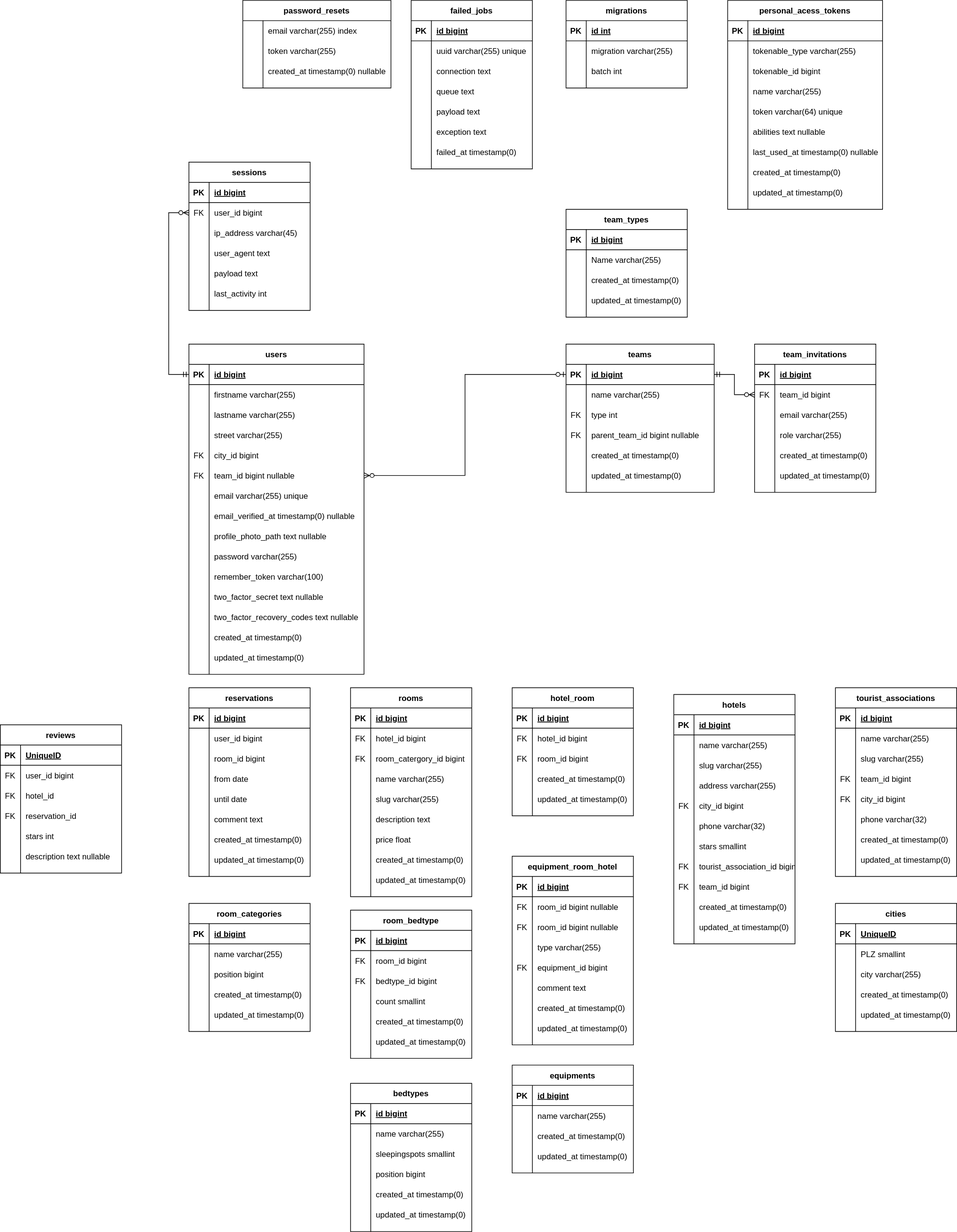
Before: docs/ERM-Patrick.svg, a diagram exported from draw.io (PatrickRoethlisberger/ZimmerMonster). Source tidied: cells renumbered, new cells last; positions are measured from the earlier drawing's top-left corner, leaving out a move shared by most shapes.
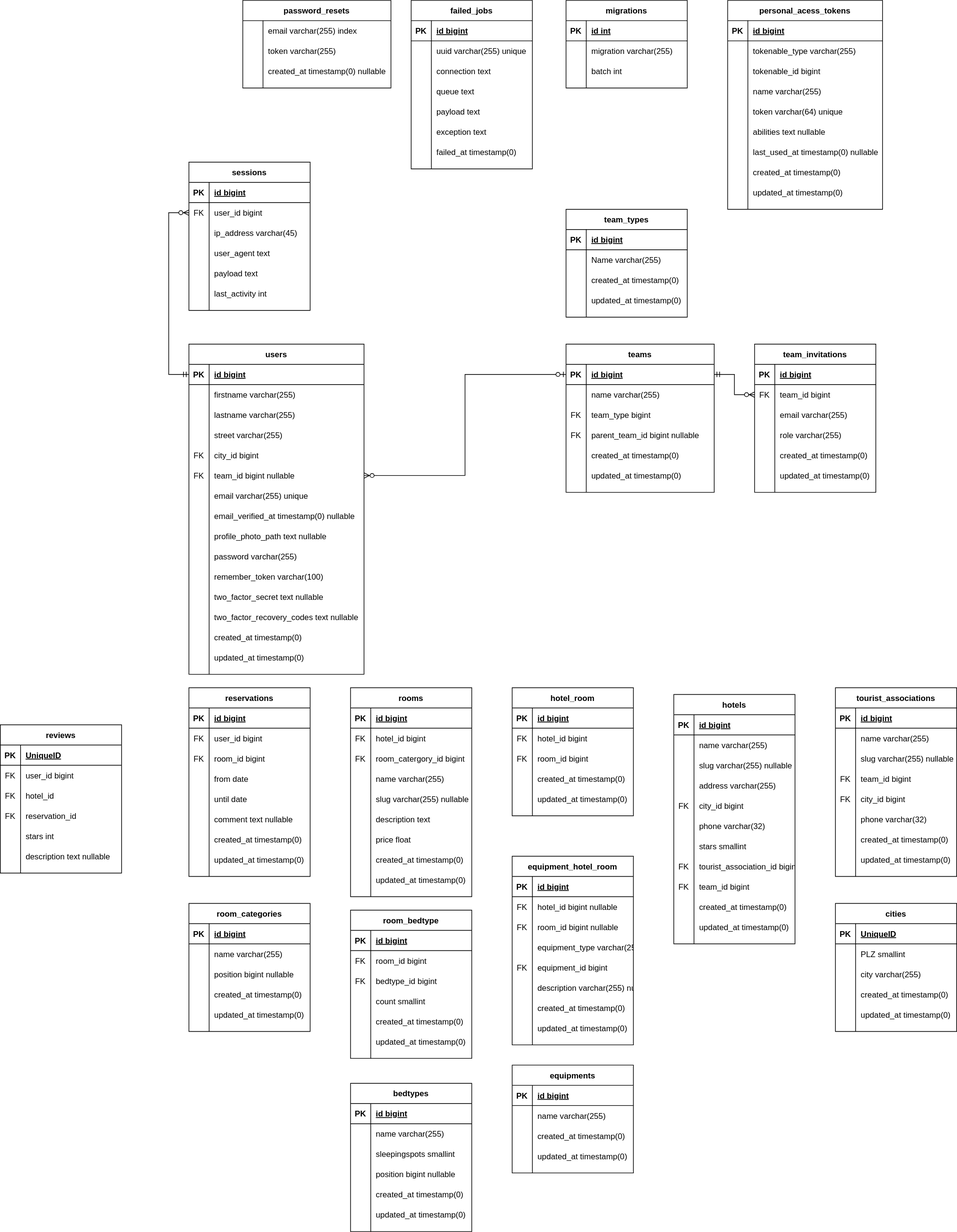
Later version of the same file.

Diff of the diagram source:
```diff
@@ -167,7 +167,7 @@
     <mxCell id="56" value="FK" style="shape=partialRectangle;fillColor=none;top=0;left=0;bottom=0;right=0;overflow=hidden;" parent="55" vertex="1">
       <mxGeometry width="30" height="30" as="geometry" />
     </mxCell>
-    <mxCell id="57" value="type int" style="shape=partialRectangle;fillColor=none;top=0;left=0;bottom=0;right=0;align=left;spacingLeft=6;overflow=hidden;" parent="55" vertex="1">
+    <mxCell id="57" value="team_type bigint" style="shape=partialRectangle;fillColor=none;top=0;left=0;bottom=0;right=0;align=left;spacingLeft=6;overflow=hidden;" parent="55" vertex="1">
       <mxGeometry x="30" width="190" height="30" as="geometry" />
     </mxCell>
     <mxCell id="58" style="shape=partialRectangle;fillColor=none;top=0;left=0;bottom=0;right=0;" parent="48" vertex="1">
@@ -562,7 +562,7 @@
     <mxCell id="186" style="shape=partialRectangle;fillColor=none;top=0;left=0;bottom=0;right=0;overflow=hidden;" parent="185" vertex="1">
       <mxGeometry width="30" height="30" as="geometry" />
     </mxCell>
-    <mxCell id="187" value="slug varchar(255)" style="shape=partialRectangle;fillColor=none;top=0;left=0;bottom=0;right=0;align=left;spacingLeft=6;overflow=hidden;" parent="185" vertex="1">
+    <mxCell id="187" value="slug varchar(255) nullable" style="shape=partialRectangle;fillColor=none;top=0;left=0;bottom=0;right=0;align=left;spacingLeft=6;overflow=hidden;" parent="185" vertex="1">
       <mxGeometry x="30" width="150" height="30" as="geometry" />
     </mxCell>
     <mxCell id="188" style="shape=partialRectangle;fillColor=none;top=0;left=0;bottom=0;right=0;" parent="178" vertex="1">
@@ -664,7 +664,7 @@
     <mxCell id="220" style="shape=partialRectangle;fillColor=none;top=0;left=0;bottom=0;right=0;overflow=hidden;" parent="219" vertex="1">
       <mxGeometry width="30" height="30" as="geometry" />
     </mxCell>
-    <mxCell id="221" value="slug varchar(255)" style="shape=partialRectangle;fillColor=none;top=0;left=0;bottom=0;right=0;align=left;spacingLeft=6;overflow=hidden;" parent="219" vertex="1">
+    <mxCell id="221" value="slug varchar(255) nullable" style="shape=partialRectangle;fillColor=none;top=0;left=0;bottom=0;right=0;align=left;spacingLeft=6;overflow=hidden;" parent="219" vertex="1">
       <mxGeometry x="30" width="150" height="30" as="geometry" />
     </mxCell>
     <mxCell id="222" style="shape=partialRectangle;fillColor=none;top=0;left=0;bottom=0;right=0;" parent="212" vertex="1">
@@ -757,7 +757,7 @@
     <mxCell id="251" style="shape=partialRectangle;fillColor=none;top=0;left=0;bottom=0;right=0;overflow=hidden;" parent="250" vertex="1">
       <mxGeometry width="30" height="30" as="geometry" />
     </mxCell>
-    <mxCell id="252" value="slug varchar(255)" style="shape=partialRectangle;fillColor=none;top=0;left=0;bottom=0;right=0;align=left;spacingLeft=6;overflow=hidden;" parent="250" vertex="1">
+    <mxCell id="252" value="slug varchar(255) nullable" style="shape=partialRectangle;fillColor=none;top=0;left=0;bottom=0;right=0;align=left;spacingLeft=6;overflow=hidden;" parent="250" vertex="1">
       <mxGeometry x="30" width="150" height="30" as="geometry" />
     </mxCell>
     <mxCell id="253" style="shape=partialRectangle;fillColor=none;top=0;left=0;bottom=0;right=0;" parent="237" vertex="1">
@@ -823,7 +823,7 @@
     <mxCell id="273" style="shape=partialRectangle;fillColor=none;top=0;left=0;bottom=0;right=0;overflow=hidden;" parent="272" vertex="1">
       <mxGeometry width="30" height="30" as="geometry" />
     </mxCell>
-    <mxCell id="274" value="position bigint" style="shape=partialRectangle;fillColor=none;top=0;left=0;bottom=0;right=0;align=left;spacingLeft=6;overflow=hidden;" parent="272" vertex="1">
+    <mxCell id="274" value="position bigint nullable" style="shape=partialRectangle;fillColor=none;top=0;left=0;bottom=0;right=0;align=left;spacingLeft=6;overflow=hidden;" parent="272" vertex="1">
       <mxGeometry x="30" width="150" height="30" as="geometry" />
     </mxCell>
     <mxCell id="275" style="shape=partialRectangle;fillColor=none;top=0;left=0;bottom=0;right=0;" parent="265" vertex="1">
@@ -937,7 +937,7 @@
     <mxCell id="311" style="shape=partialRectangle;fillColor=none;top=0;left=0;bottom=0;right=0;overflow=hidden;" parent="310" vertex="1">
       <mxGeometry width="30" height="30" as="geometry" />
     </mxCell>
-    <mxCell id="312" value="position bigint" style="shape=partialRectangle;fillColor=none;top=0;left=0;bottom=0;right=0;align=left;spacingLeft=6;overflow=hidden;" parent="310" vertex="1">
+    <mxCell id="312" value="position bigint nullable" style="shape=partialRectangle;fillColor=none;top=0;left=0;bottom=0;right=0;align=left;spacingLeft=6;overflow=hidden;" parent="310" vertex="1">
       <mxGeometry x="30" width="150" height="30" as="geometry" />
     </mxCell>
     <mxCell id="313" style="shape=partialRectangle;fillColor=none;top=0;left=0;bottom=0;right=0;" parent="300" vertex="1">
@@ -1006,7 +1006,7 @@
     <mxCell id="334" value="updated_at timestamp(0)" style="shape=partialRectangle;fillColor=none;top=0;left=0;bottom=0;right=0;align=left;spacingLeft=6;overflow=hidden;" parent="332" vertex="1">
       <mxGeometry x="30" width="150" height="30" as="geometry" />
     </mxCell>
-    <mxCell id="335" value="equipment_room_hotel" style="shape=table;startSize=30;rowLines=0;fontStyle=1;align=center;" parent="1" vertex="1">
+    <mxCell id="335" value="equipment_hotel_room" style="shape=table;startSize=30;rowLines=0;fontStyle=1;align=center;" parent="1" vertex="1">
       <mxGeometry x="760" y="1270" width="180" height="280" as="geometry" />
     </mxCell>
     <mxCell id="336" style="shape=partialRectangle;fillColor=none;top=0;left=0;bottom=1;right=0;" parent="335" vertex="1">
@@ -1024,7 +1024,7 @@
     <mxCell id="340" value="FK" style="shape=partialRectangle;fillColor=none;top=0;left=0;bottom=0;right=0;overflow=hidden;" parent="339" vertex="1">
       <mxGeometry width="30" height="30" as="geometry" />
     </mxCell>
-    <mxCell id="341" value="room_id bigint nullable" style="shape=partialRectangle;fillColor=none;top=0;left=0;bottom=0;right=0;align=left;spacingLeft=6;overflow=hidden;" parent="339" vertex="1">
+    <mxCell id="341" value="hotel_id bigint nullable" style="shape=partialRectangle;fillColor=none;top=0;left=0;bottom=0;right=0;align=left;spacingLeft=6;overflow=hidden;" parent="339" vertex="1">
       <mxGeometry x="30" width="150" height="30" as="geometry" />
     </mxCell>
     <mxCell id="342" style="shape=partialRectangle;fillColor=none;top=0;left=0;bottom=0;right=0;" parent="335" vertex="1">
@@ -1042,7 +1042,7 @@
     <mxCell id="346" style="shape=partialRectangle;fillColor=none;top=0;left=0;bottom=0;right=0;overflow=hidden;" parent="345" vertex="1">
       <mxGeometry width="30" height="30" as="geometry" />
     </mxCell>
-    <mxCell id="347" value="type varchar(255)" style="shape=partialRectangle;fillColor=none;top=0;left=0;bottom=0;right=0;align=left;spacingLeft=6;overflow=hidden;" parent="345" vertex="1">
+    <mxCell id="347" value="equipment_type varchar(255)" style="shape=partialRectangle;fillColor=none;top=0;left=0;bottom=0;right=0;align=left;spacingLeft=6;overflow=hidden;" parent="345" vertex="1">
       <mxGeometry x="30" width="150" height="30" as="geometry" />
     </mxCell>
     <mxCell id="348" style="shape=partialRectangle;fillColor=none;top=0;left=0;bottom=0;right=0;" parent="335" vertex="1">
@@ -1060,7 +1060,7 @@
     <mxCell id="352" style="shape=partialRectangle;fillColor=none;top=0;left=0;bottom=0;right=0;overflow=hidden;" parent="351" vertex="1">
       <mxGeometry width="30" height="30" as="geometry" />
     </mxCell>
-    <mxCell id="353" value="comment text" style="shape=partialRectangle;fillColor=none;top=0;left=0;bottom=0;right=0;align=left;spacingLeft=6;overflow=hidden;" parent="351" vertex="1">
+    <mxCell id="353" value="description varchar(255) nullable" style="shape=partialRectangle;fillColor=none;top=0;left=0;bottom=0;right=0;align=left;spacingLeft=6;overflow=hidden;" parent="351" vertex="1">
       <mxGeometry x="30" width="150" height="30" as="geometry" />
     </mxCell>
     <mxCell id="354" style="shape=partialRectangle;fillColor=none;top=0;left=0;bottom=0;right=0;" parent="335" vertex="1">
@@ -1135,7 +1135,7 @@
     <mxCell id="377" style="shape=partialRectangle;fillColor=none;top=0;left=0;bottom=0;right=0;" parent="373" vertex="1">
       <mxGeometry y="60" width="180" height="30" as="geometry" />
     </mxCell>
-    <mxCell id="378" style="shape=partialRectangle;fillColor=none;top=0;left=0;bottom=0;right=0;overflow=hidden;" parent="377" vertex="1">
+    <mxCell id="378" value="FK" style="shape=partialRectangle;fillColor=none;top=0;left=0;bottom=0;right=0;overflow=hidden;" parent="377" vertex="1">
       <mxGeometry width="30" height="30" as="geometry" />
     </mxCell>
     <mxCell id="379" value="user_id bigint" style="shape=partialRectangle;fillColor=none;top=0;left=0;bottom=0;right=0;align=left;spacingLeft=6;overflow=hidden;" parent="377" vertex="1">
@@ -1144,7 +1144,7 @@
     <mxCell id="380" style="shape=partialRectangle;fillColor=none;top=0;left=0;bottom=0;right=0;" parent="373" vertex="1">
       <mxGeometry y="90" width="180" height="30" as="geometry" />
     </mxCell>
-    <mxCell id="381" style="shape=partialRectangle;fillColor=none;top=0;left=0;bottom=0;right=0;overflow=hidden;" parent="380" vertex="1">
+    <mxCell id="381" value="FK" style="shape=partialRectangle;fillColor=none;top=0;left=0;bottom=0;right=0;overflow=hidden;" parent="380" vertex="1">
       <mxGeometry width="30" height="30" as="geometry" />
     </mxCell>
     <mxCell id="382" value="room_id bigint" style="shape=partialRectangle;fillColor=none;top=0;left=0;bottom=0;right=0;align=left;spacingLeft=6;overflow=hidden;" parent="380" vertex="1">
@@ -1174,7 +1174,7 @@
     <mxCell id="390" style="shape=partialRectangle;fillColor=none;top=0;left=0;bottom=0;right=0;overflow=hidden;" parent="389" vertex="1">
       <mxGeometry width="30" height="30" as="geometry" />
     </mxCell>
-    <mxCell id="391" value="comment text" style="shape=partialRectangle;fillColor=none;top=0;left=0;bottom=0;right=0;align=left;spacingLeft=6;overflow=hidden;" parent="389" vertex="1">
+    <mxCell id="391" value="comment text nullable" style="shape=partialRectangle;fillColor=none;top=0;left=0;bottom=0;right=0;align=left;spacingLeft=6;overflow=hidden;" parent="389" vertex="1">
       <mxGeometry x="30" width="150" height="30" as="geometry" />
     </mxCell>
     <mxCell id="392" style="shape=partialRectangle;fillColor=none;top=0;left=0;bottom=0;right=0;" parent="373" vertex="1">
```
